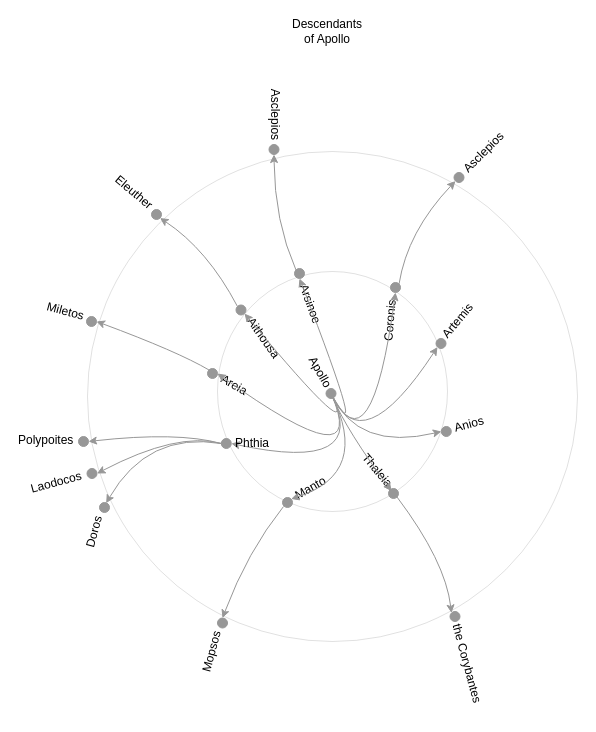
The draw.io diagram page "Radial tidytree" (1 of 3) of img/Tidytree and Dendrograms.drawio in yayalu/greekgraphs-prototypes, before the edit. Source tidied: cells renumbered, new cells numbered last; positions are measured from the earlier drawing's top-left corner, leaving out a move shared by most shapes. Both pictures are drawn from the tidied source at 100%, with x=0, y=0 at pixel (16, 21).
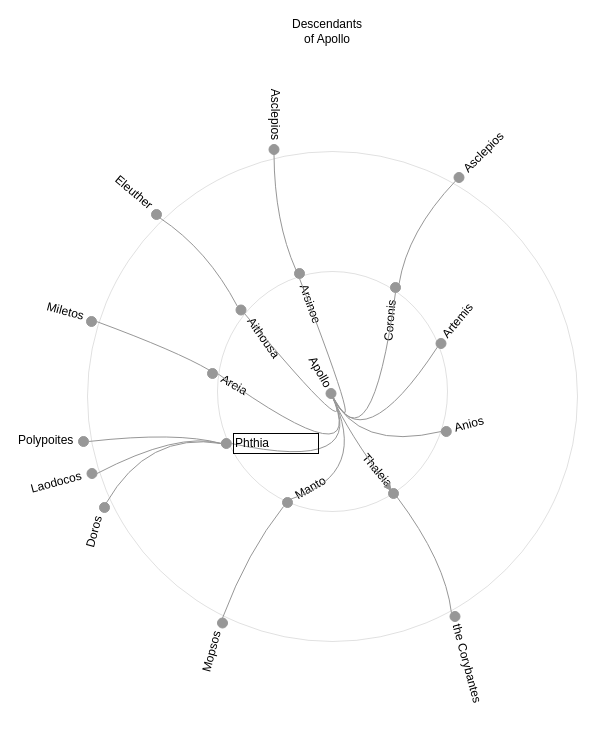
The same page after the edit.

The change refers to these unchanged cells:
```xml
<mxCell id="5" style="ellipse;whiteSpace=wrap;html=1;fillColor=#979797;strokeColor=#979797;" parent="1" vertex="1">
  <mxGeometry x="433.5" y="590" width="10" height="10" as="geometry" />
</mxCell>
<mxCell id="7" style="ellipse;whiteSpace=wrap;html=1;fillColor=#979797;strokeColor=#979797;" parent="1" vertex="1">
  <mxGeometry x="201" y="596.5" width="10" height="10" as="geometry" />
</mxCell>
<mxCell id="9" style="ellipse;whiteSpace=wrap;html=1;fillColor=#979797;strokeColor=#979797;" parent="1" vertex="1">
  <mxGeometry x="83" y="481" width="10" height="10" as="geometry" />
</mxCell>
<mxCell id="11" style="ellipse;whiteSpace=wrap;html=1;fillColor=#979797;strokeColor=#979797;" parent="1" vertex="1">
  <mxGeometry x="70.5" y="447" width="10" height="10" as="geometry" />
</mxCell>
<mxCell id="12" style="ellipse;whiteSpace=wrap;html=1;fillColor=#979797;strokeColor=#979797;" parent="1" vertex="1">
  <mxGeometry x="62" y="415" width="10" height="10" as="geometry" />
</mxCell>
<mxCell id="13" style="ellipse;whiteSpace=wrap;html=1;fillColor=#979797;strokeColor=#979797;" parent="1" vertex="1">
  <mxGeometry x="70" y="295" width="10" height="10" as="geometry" />
</mxCell>
<mxCell id="15" style="ellipse;whiteSpace=wrap;html=1;fillColor=#979797;strokeColor=#979797;" parent="1" vertex="1">
  <mxGeometry x="135" y="188" width="10" height="10" as="geometry" />
</mxCell>
<mxCell id="17" style="ellipse;whiteSpace=wrap;html=1;fillColor=#979797;strokeColor=#979797;" parent="1" vertex="1">
  <mxGeometry x="252.5" y="123" width="10" height="10" as="geometry" />
</mxCell>
<mxCell id="19" style="ellipse;whiteSpace=wrap;html=1;fillColor=#979797;strokeColor=#979797;" parent="1" vertex="1">
  <mxGeometry x="437.5" y="151" width="10" height="10" as="geometry" />
</mxCell>
<mxCell id="30" style="ellipse;whiteSpace=wrap;html=1;fillColor=#979797;strokeColor=#979797;" parent="1" vertex="1">
  <mxGeometry x="419.5" y="317" width="10" height="10" as="geometry" />
</mxCell>
<mxCell id="32" style="ellipse;whiteSpace=wrap;html=1;fillColor=#979797;strokeColor=#979797;" parent="1" vertex="1">
  <mxGeometry x="372" y="467" width="10" height="10" as="geometry" />
</mxCell>
<mxCell id="33" style="ellipse;whiteSpace=wrap;html=1;fillColor=#979797;strokeColor=#979797;" parent="1" vertex="1">
  <mxGeometry x="266" y="476" width="10" height="10" as="geometry" />
</mxCell>
<mxCell id="35" style="ellipse;whiteSpace=wrap;html=1;fillColor=#979797;strokeColor=#979797;" parent="1" vertex="1">
  <mxGeometry x="204.8" y="417" width="10" height="10" as="geometry" />
</mxCell>
<mxCell id="36" style="ellipse;whiteSpace=wrap;html=1;fillColor=#979797;strokeColor=#979797;" parent="1" vertex="1">
  <mxGeometry x="191" y="347" width="10" height="10" as="geometry" />
</mxCell>
<mxCell id="38" style="ellipse;whiteSpace=wrap;html=1;fillColor=#979797;strokeColor=#979797;" parent="1" vertex="1">
  <mxGeometry x="219.5" y="283.5" width="10" height="10" as="geometry" />
</mxCell>
<mxCell id="40" style="ellipse;whiteSpace=wrap;html=1;fillColor=#979797;strokeColor=#979797;" parent="1" vertex="1">
  <mxGeometry x="278" y="247" width="10" height="10" as="geometry" />
</mxCell>
<mxCell id="42" style="ellipse;whiteSpace=wrap;html=1;fillColor=#979797;strokeColor=#979797;" parent="1" vertex="1">
  <mxGeometry x="374" y="261" width="10" height="10" as="geometry" />
</mxCell>
<mxCell id="45" style="ellipse;whiteSpace=wrap;html=1;fillColor=#979797;strokeColor=#979797;" parent="1" vertex="1">
  <mxGeometry x="424.8" y="405" width="10" height="10" as="geometry" />
</mxCell>
```

Diff of the diagram source:
```diff
@@
-    <mxCell id="21" style="curved=1;endArrow=classic;html=1;entryX=0;entryY=0;entryDx=0;entryDy=0;exitX=1;exitY=1;exitDx=0;exitDy=0;strokeColor=#979797;" parent="1" edge="1" source="32" target="5">
+    <mxCell id="21" style="curved=1;endArrow=none;html=1;entryX=0;entryY=0;entryDx=0;entryDy=0;exitX=1;exitY=1;exitDx=0;exitDy=0;strokeColor=#979797;endFill=0;" parent="1" edge="1" source="32" target="5">
       <mxGeometry relative="1" as="geometry">
         <Array as="points">
           <mxPoint x="429" y="540" />
         </Array>
       </mxGeometry>
     </mxCell>
-    <mxCell id="22" style="curved=1;endArrow=classic;html=1;entryX=0.5;entryY=0;entryDx=0;entryDy=0;strokeColor=#979797;" parent="1" edge="1" target="7">
+    <mxCell id="22" style="curved=1;endArrow=none;html=1;entryX=0.5;entryY=0;entryDx=0;entryDy=0;strokeColor=#979797;endFill=0;" parent="1" edge="1" target="7">
       <mxGeometry relative="1" as="geometry">
         <mxPoint x="267" y="485" as="sourcePoint" />
         <Array as="points">
           <mxPoint x="231" y="530" />
         </Array>
       </mxGeometry>
     </mxCell>
-    <mxCell id="23" style="curved=1;endArrow=classic;html=1;exitX=0;exitY=0.5;exitDx=0;exitDy=0;strokeColor=#979797;entryX=0.67;entryY=0.064;entryDx=0;entryDy=0;entryPerimeter=0;" parent="1" edge="1" source="35" target="9">
+    <mxCell id="23" style="curved=1;endArrow=none;html=1;exitX=0;exitY=0.5;exitDx=0;exitDy=0;strokeColor=#979797;entryX=0.67;entryY=0.064;entryDx=0;entryDy=0;entryPerimeter=0;endFill=0;" parent="1" edge="1" source="35" target="9">
       <mxGeometry relative="1" as="geometry">
         <Array as="points">
           <mxPoint x="131" y="410" />
         </Array>
       </mxGeometry>
     </mxCell>
-    <mxCell id="24" style="curved=1;endArrow=classic;html=1;entryX=1;entryY=0.5;entryDx=0;entryDy=0;exitX=0;exitY=0.5;exitDx=0;exitDy=0;strokeColor=#979797;" parent="1" edge="1" source="35" target="11">
+    <mxCell id="24" style="curved=1;endArrow=none;html=1;entryX=1;entryY=0.5;entryDx=0;entryDy=0;exitX=0;exitY=0.5;exitDx=0;exitDy=0;strokeColor=#979797;endFill=0;" parent="1" edge="1" source="35" target="11">
       <mxGeometry relative="1" as="geometry">
         <Array as="points">
           <mxPoint x="161" y="410" />
         </Array>
       </mxGeometry>
     </mxCell>
-    <mxCell id="25" style="curved=1;endArrow=classic;html=1;entryX=1;entryY=0.5;entryDx=0;entryDy=0;exitX=0;exitY=0.5;exitDx=0;exitDy=0;strokeColor=#979797;" parent="1" edge="1" source="35" target="12">
+    <mxCell id="25" style="curved=1;endArrow=none;html=1;entryX=1;entryY=0.5;entryDx=0;entryDy=0;exitX=0;exitY=0.5;exitDx=0;exitDy=0;strokeColor=#979797;endFill=0;" parent="1" edge="1" source="35" target="12">
       <mxGeometry relative="1" as="geometry">
         <Array as="points">
           <mxPoint x="161" y="410" />
         </Array>
       </mxGeometry>
     </mxCell>
-    <mxCell id="26" style="curved=1;endArrow=classic;html=1;entryX=1;entryY=0.5;entryDx=0;entryDy=0;exitX=0;exitY=0;exitDx=0;exitDy=0;strokeColor=#979797;" parent="1" edge="1" source="36" target="13">
+    <mxCell id="26" style="curved=1;endArrow=none;html=1;entryX=1;entryY=0.5;entryDx=0;entryDy=0;exitX=0;exitY=0;exitDx=0;exitDy=0;strokeColor=#979797;endFill=0;" parent="1" edge="1" source="36" target="13">
       <mxGeometry relative="1" as="geometry">
         <Array as="points">
           <mxPoint x="161" y="330" />
         </Array>
       </mxGeometry>
     </mxCell>
-    <mxCell id="27" style="curved=1;endArrow=classic;html=1;entryX=1;entryY=1;entryDx=0;entryDy=0;exitX=0;exitY=0;exitDx=0;exitDy=0;strokeColor=#979797;" parent="1" edge="1" source="38" target="15">
+    <mxCell id="27" style="curved=1;endArrow=none;html=1;entryX=1;entryY=1;entryDx=0;entryDy=0;exitX=0;exitY=0;exitDx=0;exitDy=0;strokeColor=#979797;endFill=0;" parent="1" edge="1" source="38" target="15">
       <mxGeometry relative="1" as="geometry">
         <Array as="points">
           <mxPoint x="191" y="228" />
         </Array>
       </mxGeometry>
     </mxCell>
@@
-    <mxCell id="44" style="curved=1;endArrow=classic;html=1;entryX=0.5;entryY=1;entryDx=0;entryDy=0;strokeColor=#979797;" parent="1" edge="1" target="42">
+    <mxCell id="44" style="curved=1;endArrow=none;html=1;entryX=0.5;entryY=1;entryDx=0;entryDy=0;strokeColor=#979797;endFill=0;" parent="1" edge="1" target="42">
       <mxGeometry relative="1" as="geometry">
         <mxPoint x="314.5" y="372" as="sourcePoint" />
         <Array as="points">
           <mxPoint x="354.5" y="452" />
         </Array>
       </mxGeometry>
     </mxCell>
@@
-    <mxCell id="47" style="curved=1;endArrow=classic;html=1;entryX=0;entryY=1;entryDx=0;entryDy=0;strokeColor=#979797;" parent="1" edge="1" target="30">
+    <mxCell id="47" style="curved=1;endArrow=none;html=1;entryX=0;entryY=1;entryDx=0;entryDy=0;strokeColor=#979797;endFill=0;" parent="1" edge="1" target="30">
       <mxGeometry relative="1" as="geometry">
         <mxPoint x="314.5" y="372" as="sourcePoint" />
         <Array as="points">
           <mxPoint x="344.5" y="442" />
         </Array>
       </mxGeometry>
     </mxCell>
-    <mxCell id="48" style="curved=1;endArrow=classic;html=1;entryX=0;entryY=0.5;entryDx=0;entryDy=0;strokeColor=#979797;" parent="1" edge="1" target="45">
+    <mxCell id="48" style="curved=1;endArrow=none;html=1;entryX=0;entryY=0.5;entryDx=0;entryDy=0;strokeColor=#979797;endFill=0;" parent="1" edge="1" target="45">
       <mxGeometry relative="1" as="geometry">
         <mxPoint x="314.5" y="372" as="sourcePoint" />
         <Array as="points">
           <mxPoint x="341" y="430" />
         </Array>
       </mxGeometry>
     </mxCell>
-    <mxCell id="49" style="curved=1;endArrow=classic;html=1;entryX=1;entryY=0;entryDx=0;entryDy=0;strokeColor=#979797;" parent="1" edge="1" target="33">
+    <mxCell id="49" style="curved=1;endArrow=none;html=1;entryX=1;entryY=0;entryDx=0;entryDy=0;strokeColor=#979797;endFill=0;" parent="1" edge="1" target="33">
       <mxGeometry relative="1" as="geometry">
         <mxPoint x="314.5" y="372" as="sourcePoint" />
         <Array as="points">
           <mxPoint x="354.5" y="452" />
         </Array>
       </mxGeometry>
     </mxCell>
-    <mxCell id="50" style="curved=1;endArrow=classic;html=1;entryX=1;entryY=0.5;entryDx=0;entryDy=0;strokeColor=#979797;" parent="1" edge="1" target="35">
+    <mxCell id="50" style="curved=1;endArrow=none;html=1;entryX=1;entryY=0.5;entryDx=0;entryDy=0;strokeColor=#979797;endFill=0;" parent="1" edge="1" target="35">
       <mxGeometry relative="1" as="geometry">
         <mxPoint x="314.5" y="372" as="sourcePoint" />
         <Array as="points">
           <mxPoint x="354.5" y="452" />
         </Array>
       </mxGeometry>
     </mxCell>
-    <mxCell id="51" style="curved=1;endArrow=classic;html=1;entryX=1;entryY=0.5;entryDx=0;entryDy=0;strokeColor=#979797;" parent="1" edge="1" target="36">
+    <mxCell id="51" style="curved=1;endArrow=none;html=1;entryX=1;entryY=0.5;entryDx=0;entryDy=0;strokeColor=#979797;endFill=0;" parent="1" edge="1" target="36">
       <mxGeometry relative="1" as="geometry">
         <mxPoint x="314.5" y="372" as="sourcePoint" />
         <Array as="points">
           <mxPoint x="354.5" y="462" />
         </Array>
       </mxGeometry>
     </mxCell>
-    <mxCell id="52" style="curved=1;endArrow=classic;html=1;entryX=1;entryY=1;entryDx=0;entryDy=0;strokeColor=#979797;" parent="1" edge="1" target="38">
+    <mxCell id="52" style="curved=1;endArrow=none;html=1;entryX=1;entryY=1;entryDx=0;entryDy=0;strokeColor=#979797;endFill=0;" parent="1" edge="1" target="38">
       <mxGeometry relative="1" as="geometry">
         <mxPoint x="314.5" y="372" as="sourcePoint" />
         <Array as="points">
           <mxPoint x="344.5" y="432" />
         </Array>
       </mxGeometry>
     </mxCell>
-    <mxCell id="53" style="curved=1;endArrow=classic;html=1;entryX=0.5;entryY=1;entryDx=0;entryDy=0;strokeColor=#979797;" parent="1" edge="1" target="40">
+    <mxCell id="53" style="curved=1;endArrow=none;html=1;entryX=0.5;entryY=1;entryDx=0;entryDy=0;strokeColor=#979797;endFill=0;" parent="1" edge="1" target="40">
       <mxGeometry relative="1" as="geometry">
         <mxPoint x="314.5" y="372" as="sourcePoint" />
         <Array as="points">
           <mxPoint x="354.5" y="442" />
         </Array>
       </mxGeometry>
     </mxCell>
@@
-    <mxCell id="56" value="Phthia" style="text;html=1;strokeColor=none;fillColor=none;align=left;verticalAlign=middle;whiteSpace=wrap;rounded=0;rotation=0;" parent="1" vertex="1">
+    <mxCell id="56" value="Phthia" style="text;html=1;strokeColor=#000000;fillColor=none;align=left;verticalAlign=middle;whiteSpace=wrap;rounded=0;rotation=0;" parent="1" vertex="1">
       <mxGeometry x="217" y="412" width="85" height="20" as="geometry" />
     </mxCell>
@@
-    <mxCell id="59" style="curved=1;endArrow=classic;html=1;entryX=0.5;entryY=1;entryDx=0;entryDy=0;exitX=0;exitY=0;exitDx=0;exitDy=0;strokeColor=#979797;" parent="1" edge="1" source="40" target="17">
+    <mxCell id="59" style="curved=1;endArrow=none;html=1;entryX=0.5;entryY=1;entryDx=0;entryDy=0;exitX=0;exitY=0;exitDx=0;exitDy=0;strokeColor=#979797;endFill=0;" parent="1" edge="1" source="40" target="17">
       <mxGeometry relative="1" as="geometry">
         <Array as="points">
           <mxPoint x="258" y="200" />
         </Array>
       </mxGeometry>
     </mxCell>
-    <mxCell id="60" style="curved=1;endArrow=classic;html=1;entryX=0;entryY=1;entryDx=0;entryDy=0;strokeColor=#979797;exitX=1;exitY=0;exitDx=0;exitDy=0;" parent="1" edge="1" source="42" target="19">
+    <mxCell id="60" style="curved=1;endArrow=none;html=1;entryX=0;entryY=1;entryDx=0;entryDy=0;strokeColor=#979797;exitX=1;exitY=0;exitDx=0;exitDy=0;endFill=0;" parent="1" edge="1" source="42" target="19">
       <mxGeometry relative="1" as="geometry">
         <Array as="points">
           <mxPoint x="391" y="210" />
         </Array>
       </mxGeometry>
     </mxCell>
```
